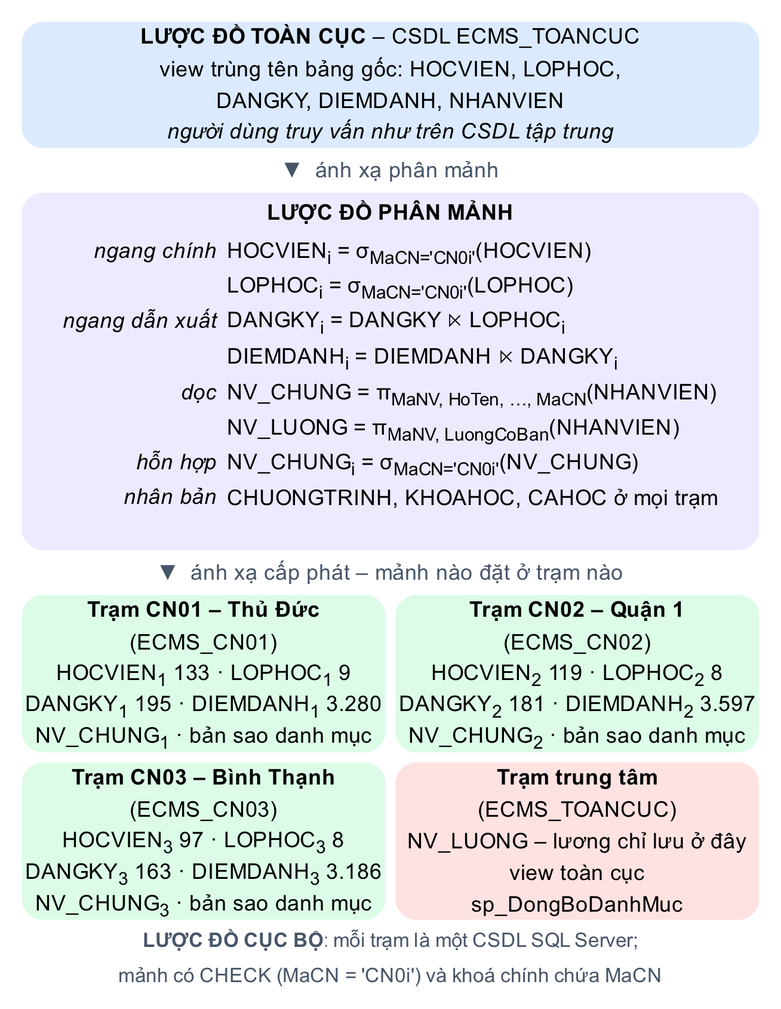
nhutruong-uit/ecms keeps this Graphviz diagram as report/images/ch5/phan-manh.png. Above is the earlier version. Its source is kept beside it as report/images/ch5/phan-manh.dot. Source of this version:
```dot
digraph PhanManh {
  bgcolor="white"; pad=0.1;
  node [shape=plain, fontname="Arial", fontsize=13];
  H [label=<
<TABLE BORDER="0" CELLBORDER="0" CELLSPACING="6" CELLPADDING="0">
<TR><TD COLSPAN="2"><TABLE BORDER="0" CELLBORDER="0" CELLSPACING="0" BGCOLOR="#dbeafe" STYLE="rounded" CELLPADDING="6"><TR><TD ALIGN="CENTER" CELLPADDING="2"><B>LƯỢC ĐỒ TOÀN CỤC</B> – CSDL ECMS_TOANCUC</TD></TR><TR><TD ALIGN="CENTER" CELLPADDING="2">view trùng tên bảng gốc: HOCVIEN, LOPHOC,</TD></TR><TR><TD ALIGN="CENTER" CELLPADDING="2">DANGKY, DIEMDANH, NHANVIEN</TD></TR><TR><TD ALIGN="CENTER" CELLPADDING="2"><I>người dùng truy vấn như trên CSDL tập trung</I></TD></TR></TABLE></TD></TR>
<TR><TD COLSPAN="2"><FONT COLOR="#475569">▼  ánh xạ phân mảnh</FONT></TD></TR>
<TR><TD COLSPAN="2"><TABLE BORDER="0" CELLBORDER="0" CELLSPACING="0" CELLPADDING="3" BGCOLOR="#ede9fe" STYLE="rounded"><TR><TD COLSPAN="2" CELLPADDING="5"><B>LƯỢC ĐỒ PHÂN MẢNH</B></TD></TR><TR><TD ALIGN="RIGHT"><I>ngang chính</I></TD><TD ALIGN="LEFT">HOCVIEN<SUB>i</SUB> = σ<SUB>MaCN='CN0i'</SUB>(HOCVIEN)</TD></TR><TR><TD> </TD><TD ALIGN="LEFT">LOPHOC<SUB>i</SUB> = σ<SUB>MaCN='CN0i'</SUB>(LOPHOC)</TD></TR><TR><TD ALIGN="RIGHT"><I>ngang dẫn xuất</I></TD><TD ALIGN="LEFT">DANGKY<SUB>i</SUB> = DANGKY ⋉ LOPHOC<SUB>i</SUB></TD></TR><TR><TD> </TD><TD ALIGN="LEFT">DIEMDANH<SUB>i</SUB> = DIEMDANH ⋉ DANGKY<SUB>i</SUB></TD></TR><TR><TD ALIGN="RIGHT"><I>dọc</I></TD><TD ALIGN="LEFT">NV_CHUNG = π<SUB>MaNV, HoTen, …, MaCN</SUB>(NHANVIEN)</TD></TR><TR><TD> </TD><TD ALIGN="LEFT">NV_LUONG = π<SUB>MaNV, LuongCoBan</SUB>(NHANVIEN)</TD></TR><TR><TD ALIGN="RIGHT"><I>hỗn hợp</I></TD><TD ALIGN="LEFT">NV_CHUNG<SUB>i</SUB> = σ<SUB>MaCN='CN0i'</SUB>(NV_CHUNG)</TD></TR><TR><TD ALIGN="RIGHT"><I>nhân bản</I></TD><TD ALIGN="LEFT">CHUONGTRINH, KHOAHOC, CAHOC ở mọi trạm</TD></TR><TR><TD COLSPAN="2"> </TD></TR></TABLE></TD></TR>
<TR><TD COLSPAN="2"><FONT COLOR="#475569">▼  ánh xạ cấp phát – mảnh nào đặt ở trạm nào</FONT></TD></TR>
<TR><TD><TABLE BORDER="0" CELLBORDER="0" CELLSPACING="0" BGCOLOR="#dcfce7" STYLE="rounded" CELLPADDING="6"><TR><TD ALIGN="CENTER" CELLPADDING="2"><B>Trạm CN01 – Thủ Đức</B></TD></TR><TR><TD ALIGN="CENTER" CELLPADDING="2">(ECMS_CN01)</TD></TR><TR><TD ALIGN="CENTER" CELLPADDING="2">HOCVIEN<SUB>1</SUB> 133 · LOPHOC<SUB>1</SUB> 9</TD></TR><TR><TD ALIGN="CENTER" CELLPADDING="2">DANGKY<SUB>1</SUB> 195 · DIEMDANH<SUB>1</SUB> 3.280</TD></TR><TR><TD ALIGN="CENTER" CELLPADDING="2">NV_CHUNG<SUB>1</SUB> · bản sao danh mục</TD></TR></TABLE></TD><TD><TABLE BORDER="0" CELLBORDER="0" CELLSPACING="0" BGCOLOR="#dcfce7" STYLE="rounded" CELLPADDING="6"><TR><TD ALIGN="CENTER" CELLPADDING="2"><B>Trạm CN02 – Quận 1</B></TD></TR><TR><TD ALIGN="CENTER" CELLPADDING="2">(ECMS_CN02)</TD></TR><TR><TD ALIGN="CENTER" CELLPADDING="2">HOCVIEN<SUB>2</SUB> 119 · LOPHOC<SUB>2</SUB> 8</TD></TR><TR><TD ALIGN="CENTER" CELLPADDING="2">DANGKY<SUB>2</SUB> 181 · DIEMDANH<SUB>2</SUB> 3.597</TD></TR><TR><TD ALIGN="CENTER" CELLPADDING="2">NV_CHUNG<SUB>2</SUB> · bản sao danh mục</TD></TR></TABLE></TD></TR>
<TR><TD><TABLE BORDER="0" CELLBORDER="0" CELLSPACING="0" BGCOLOR="#dcfce7" STYLE="rounded" CELLPADDING="6"><TR><TD ALIGN="CENTER" CELLPADDING="2"><B>Trạm CN03 – Bình Thạnh</B></TD></TR><TR><TD ALIGN="CENTER" CELLPADDING="2">(ECMS_CN03)</TD></TR><TR><TD ALIGN="CENTER" CELLPADDING="2">HOCVIEN<SUB>3</SUB> 97 · LOPHOC<SUB>3</SUB> 8</TD></TR><TR><TD ALIGN="CENTER" CELLPADDING="2">DANGKY<SUB>3</SUB> 163 · DIEMDANH<SUB>3</SUB> 3.186</TD></TR><TR><TD ALIGN="CENTER" CELLPADDING="2">NV_CHUNG<SUB>3</SUB> · bản sao danh mục</TD></TR></TABLE></TD><TD><TABLE BORDER="0" CELLBORDER="0" CELLSPACING="0" BGCOLOR="#fee2e2" STYLE="rounded" CELLPADDING="6"><TR><TD ALIGN="CENTER" CELLPADDING="2"><B>Trạm trung tâm</B></TD></TR><TR><TD ALIGN="CENTER" CELLPADDING="2">(ECMS_TOANCUC)</TD></TR><TR><TD ALIGN="CENTER" CELLPADDING="2">NV_LUONG – lương chỉ lưu ở đây</TD></TR><TR><TD ALIGN="CENTER" CELLPADDING="2">view toàn cục</TD></TR><TR><TD ALIGN="CENTER" CELLPADDING="2">sp_DongBoDanhMuc</TD></TR></TABLE></TD></TR>
<TR><TD COLSPAN="2"><FONT POINT-SIZE="12" COLOR="#475569"><B>LƯỢC ĐỒ CỤC BỘ</B>: mỗi trạm là một CSDL SQL Server;</FONT></TD></TR>
<TR><TD COLSPAN="2"><FONT POINT-SIZE="12" COLOR="#475569">mảnh có CHECK (MaCN = 'CN0i') và khoá chính chứa MaCN</FONT></TD></TR>
</TABLE>>];
}
```
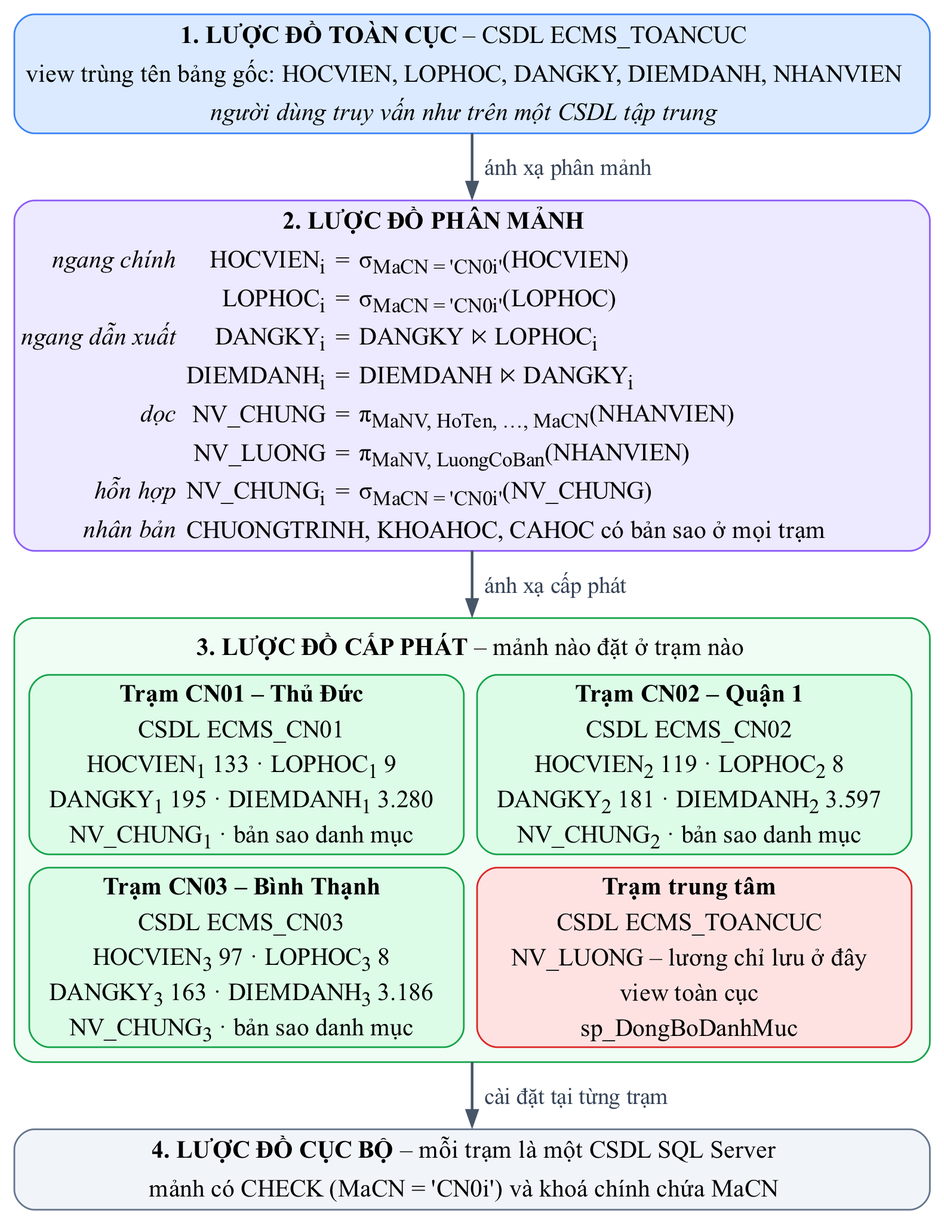
After the commit.

The edit, as a diff of the source:
```diff
@@ -1,15 +1,64 @@
 digraph PhanManh {
-  bgcolor="white"; pad=0.1;
-  node [shape=plain, fontname="Arial", fontsize=13];
-  H [label=<
-<TABLE BORDER="0" CELLBORDER="0" CELLSPACING="6" CELLPADDING="0">
-<TR><TD COLSPAN="2"><TABLE BORDER="0" CELLBORDER="0" CELLSPACING="0" BGCOLOR="#dbeafe" STYLE="rounded" CELLPADDING="6"><TR><TD ALIGN="CENTER" CELLPADDING="2"><B>LƯỢC ĐỒ TOÀN CỤC</B> – CSDL ECMS_TOANCUC</TD></TR><TR><TD ALIGN="CENTER" CELLPADDING="2">view trùng tên bảng gốc: HOCVIEN, LOPHOC,</TD></TR><TR><TD ALIGN="CENTER" CELLPADDING="2">DANGKY, DIEMDANH, NHANVIEN</TD></TR><TR><TD ALIGN="CENTER" CELLPADDING="2"><I>người dùng truy vấn như trên CSDL tập trung</I></TD></TR></TABLE></TD></TR>
-<TR><TD COLSPAN="2"><FONT COLOR="#475569">▼  ánh xạ phân mảnh</FONT></TD></TR>
-<TR><TD COLSPAN="2"><TABLE BORDER="0" CELLBORDER="0" CELLSPACING="0" CELLPADDING="3" BGCOLOR="#ede9fe" STYLE="rounded"><TR><TD COLSPAN="2" CELLPADDING="5"><B>LƯỢC ĐỒ PHÂN MẢNH</B></TD></TR><TR><TD ALIGN="RIGHT"><I>ngang chính</I></TD><TD ALIGN="LEFT">HOCVIEN<SUB>i</SUB> = σ<SUB>MaCN='CN0i'</SUB>(HOCVIEN)</TD></TR><TR><TD> </TD><TD ALIGN="LEFT">LOPHOC<SUB>i</SUB> = σ<SUB>MaCN='CN0i'</SUB>(LOPHOC)</TD></TR><TR><TD ALIGN="RIGHT"><I>ngang dẫn xuất</I></TD><TD ALIGN="LEFT">DANGKY<SUB>i</SUB> = DANGKY ⋉ LOPHOC<SUB>i</SUB></TD></TR><TR><TD> </TD><TD ALIGN="LEFT">DIEMDANH<SUB>i</SUB> = DIEMDANH ⋉ DANGKY<SUB>i</SUB></TD></TR><TR><TD ALIGN="RIGHT"><I>dọc</I></TD><TD ALIGN="LEFT">NV_CHUNG = π<SUB>MaNV, HoTen, …, MaCN</SUB>(NHANVIEN)</TD></TR><TR><TD> </TD><TD ALIGN="LEFT">NV_LUONG = π<SUB>MaNV, LuongCoBan</SUB>(NHANVIEN)</TD></TR><TR><TD ALIGN="RIGHT"><I>hỗn hợp</I></TD><TD ALIGN="LEFT">NV_CHUNG<SUB>i</SUB> = σ<SUB>MaCN='CN0i'</SUB>(NV_CHUNG)</TD></TR><TR><TD ALIGN="RIGHT"><I>nhân bản</I></TD><TD ALIGN="LEFT">CHUONGTRINH, KHOAHOC, CAHOC ở mọi trạm</TD></TR><TR><TD COLSPAN="2"> </TD></TR></TABLE></TD></TR>
-<TR><TD COLSPAN="2"><FONT COLOR="#475569">▼  ánh xạ cấp phát – mảnh nào đặt ở trạm nào</FONT></TD></TR>
-<TR><TD><TABLE BORDER="0" CELLBORDER="0" CELLSPACING="0" BGCOLOR="#dcfce7" STYLE="rounded" CELLPADDING="6"><TR><TD ALIGN="CENTER" CELLPADDING="2"><B>Trạm CN01 – Thủ Đức</B></TD></TR><TR><TD ALIGN="CENTER" CELLPADDING="2">(ECMS_CN01)</TD></TR><TR><TD ALIGN="CENTER" CELLPADDING="2">HOCVIEN<SUB>1</SUB> 133 · LOPHOC<SUB>1</SUB> 9</TD></TR><TR><TD ALIGN="CENTER" CELLPADDING="2">DANGKY<SUB>1</SUB> 195 · DIEMDANH<SUB>1</SUB> 3.280</TD></TR><TR><TD ALIGN="CENTER" CELLPADDING="2">NV_CHUNG<SUB>1</SUB> · bản sao danh mục</TD></TR></TABLE></TD><TD><TABLE BORDER="0" CELLBORDER="0" CELLSPACING="0" BGCOLOR="#dcfce7" STYLE="rounded" CELLPADDING="6"><TR><TD ALIGN="CENTER" CELLPADDING="2"><B>Trạm CN02 – Quận 1</B></TD></TR><TR><TD ALIGN="CENTER" CELLPADDING="2">(ECMS_CN02)</TD></TR><TR><TD ALIGN="CENTER" CELLPADDING="2">HOCVIEN<SUB>2</SUB> 119 · LOPHOC<SUB>2</SUB> 8</TD></TR><TR><TD ALIGN="CENTER" CELLPADDING="2">DANGKY<SUB>2</SUB> 181 · DIEMDANH<SUB>2</SUB> 3.597</TD></TR><TR><TD ALIGN="CENTER" CELLPADDING="2">NV_CHUNG<SUB>2</SUB> · bản sao danh mục</TD></TR></TABLE></TD></TR>
-<TR><TD><TABLE BORDER="0" CELLBORDER="0" CELLSPACING="0" BGCOLOR="#dcfce7" STYLE="rounded" CELLPADDING="6"><TR><TD ALIGN="CENTER" CELLPADDING="2"><B>Trạm CN03 – Bình Thạnh</B></TD></TR><TR><TD ALIGN="CENTER" CELLPADDING="2">(ECMS_CN03)</TD></TR><TR><TD ALIGN="CENTER" CELLPADDING="2">HOCVIEN<SUB>3</SUB> 97 · LOPHOC<SUB>3</SUB> 8</TD></TR><TR><TD ALIGN="CENTER" CELLPADDING="2">DANGKY<SUB>3</SUB> 163 · DIEMDANH<SUB>3</SUB> 3.186</TD></TR><TR><TD ALIGN="CENTER" CELLPADDING="2">NV_CHUNG<SUB>3</SUB> · bản sao danh mục</TD></TR></TABLE></TD><TD><TABLE BORDER="0" CELLBORDER="0" CELLSPACING="0" BGCOLOR="#fee2e2" STYLE="rounded" CELLPADDING="6"><TR><TD ALIGN="CENTER" CELLPADDING="2"><B>Trạm trung tâm</B></TD></TR><TR><TD ALIGN="CENTER" CELLPADDING="2">(ECMS_TOANCUC)</TD></TR><TR><TD ALIGN="CENTER" CELLPADDING="2">NV_LUONG – lương chỉ lưu ở đây</TD></TR><TR><TD ALIGN="CENTER" CELLPADDING="2">view toàn cục</TD></TR><TR><TD ALIGN="CENTER" CELLPADDING="2">sp_DongBoDanhMuc</TD></TR></TABLE></TD></TR>
-<TR><TD COLSPAN="2"><FONT POINT-SIZE="12" COLOR="#475569"><B>LƯỢC ĐỒ CỤC BỘ</B>: mỗi trạm là một CSDL SQL Server;</FONT></TD></TR>
-<TR><TD COLSPAN="2"><FONT POINT-SIZE="12" COLOR="#475569">mảnh có CHECK (MaCN = 'CN0i') và khoá chính chứa MaCN</FONT></TD></TR>
+  graph [rankdir=TB, splines=line, nodesep=0.2, ranksep=0.34, pad=0.12, bgcolor="white"];
+  node  [shape=plain, fontname="Times New Roman,", fontsize=15];
+  edge  [fontname="Times New Roman,", fontsize=14, fontcolor="#334155", color="#475569", penwidth=1.6, arrowsize=0.9];
+
+  toancuc [label=<
+<TABLE BORDER="1" COLOR="#3b82f6" STYLE="rounded" BGCOLOR="#dbeafe" CELLBORDER="0" CELLSPACING="0" CELLPADDING="3" WIDTH="552">
+  <TR><TD ALIGN="CENTER"><B>1. LƯỢC ĐỒ TOÀN CỤC</B> – CSDL ECMS_TOANCUC</TD></TR>
+  <TR><TD ALIGN="CENTER" WIDTH="540">view trùng tên bảng gốc: HOCVIEN, LOPHOC, DANGKY, DIEMDANH, NHANVIEN</TD></TR>
+  <TR><TD ALIGN="CENTER"><I>người dùng truy vấn như trên một CSDL tập trung</I></TD></TR>
 </TABLE>>];
+
+  phanmanh [label=<
+<TABLE BORDER="1" COLOR="#8b5cf6" STYLE="rounded" BGCOLOR="#ede9fe" CELLBORDER="0" CELLSPACING="0" CELLPADDING="3" WIDTH="552">
+  <TR><TD COLSPAN="4" ALIGN="CENTER"><B>2. LƯỢC ĐỒ PHÂN MẢNH</B></TD></TR>
+  <TR><TD ALIGN="RIGHT"><I>ngang chính</I></TD><TD ALIGN="RIGHT">HOCVIEN<SUB>i</SUB></TD><TD>=</TD><TD ALIGN="LEFT" WIDTH="300">σ<SUB>MaCN = 'CN0i'</SUB>(HOCVIEN)</TD></TR>
+  <TR><TD></TD><TD ALIGN="RIGHT">LOPHOC<SUB>i</SUB></TD><TD>=</TD><TD ALIGN="LEFT">σ<SUB>MaCN = 'CN0i'</SUB>(LOPHOC)</TD></TR>
+  <TR><TD ALIGN="RIGHT"><I>ngang dẫn xuất</I></TD><TD ALIGN="RIGHT">DANGKY<SUB>i</SUB></TD><TD>=</TD><TD ALIGN="LEFT">DANGKY ⋉ LOPHOC<SUB>i</SUB></TD></TR>
+  <TR><TD></TD><TD ALIGN="RIGHT">DIEMDANH<SUB>i</SUB></TD><TD>=</TD><TD ALIGN="LEFT">DIEMDANH ⋉ DANGKY<SUB>i</SUB></TD></TR>
+  <TR><TD ALIGN="RIGHT"><I>dọc</I></TD><TD ALIGN="RIGHT">NV_CHUNG</TD><TD>=</TD><TD ALIGN="LEFT">π<SUB>MaNV, HoTen, …, MaCN</SUB>(NHANVIEN)</TD></TR>
+  <TR><TD></TD><TD ALIGN="RIGHT">NV_LUONG</TD><TD>=</TD><TD ALIGN="LEFT">π<SUB>MaNV, LuongCoBan</SUB>(NHANVIEN)</TD></TR>
+  <TR><TD ALIGN="RIGHT"><I>hỗn hợp</I></TD><TD ALIGN="RIGHT">NV_CHUNG<SUB>i</SUB></TD><TD>=</TD><TD ALIGN="LEFT">σ<SUB>MaCN = 'CN0i'</SUB>(NV_CHUNG)</TD></TR>
+  <TR><TD ALIGN="RIGHT"><I>nhân bản</I></TD><TD COLSPAN="3" ALIGN="LEFT">CHUONGTRINH, KHOAHOC, CAHOC có bản sao ở mọi trạm</TD></TR>
+</TABLE>>];
+
+  capphat [label=<
+<TABLE BORDER="1" COLOR="#16a34a" STYLE="rounded" BGCOLOR="#f0fdf4" CELLBORDER="0" CELLSPACING="8" CELLPADDING="0" WIDTH="552">
+  <TR><TD COLSPAN="2" ALIGN="CENTER" WIDTH="520"><B>3. LƯỢC ĐỒ CẤP PHÁT</B> – mảnh nào đặt ở trạm nào</TD></TR>
+  <TR>
+    <TD><TABLE BORDER="1" COLOR="#16a34a" STYLE="rounded" BGCOLOR="#dcfce7" CELLBORDER="0" CELLSPACING="0" CELLPADDING="2" WIDTH="262">
+      <TR><TD WIDTH="254"><B>Trạm CN01 – Thủ Đức</B></TD></TR><TR><TD WIDTH="254">CSDL ECMS_CN01</TD></TR>
+      <TR><TD WIDTH="254">HOCVIEN<SUB>1</SUB> 133 · LOPHOC<SUB>1</SUB> 9</TD></TR>
+      <TR><TD WIDTH="254">DANGKY<SUB>1</SUB> 195 · DIEMDANH<SUB>1</SUB> 3.280</TD></TR>
+      <TR><TD WIDTH="254">NV_CHUNG<SUB>1</SUB> · bản sao danh mục</TD></TR></TABLE></TD>
+    <TD><TABLE BORDER="1" COLOR="#16a34a" STYLE="rounded" BGCOLOR="#dcfce7" CELLBORDER="0" CELLSPACING="0" CELLPADDING="2" WIDTH="262">
+      <TR><TD WIDTH="254"><B>Trạm CN02 – Quận 1</B></TD></TR><TR><TD WIDTH="254">CSDL ECMS_CN02</TD></TR>
+      <TR><TD WIDTH="254">HOCVIEN<SUB>2</SUB> 119 · LOPHOC<SUB>2</SUB> 8</TD></TR>
+      <TR><TD WIDTH="254">DANGKY<SUB>2</SUB> 181 · DIEMDANH<SUB>2</SUB> 3.597</TD></TR>
+      <TR><TD WIDTH="254">NV_CHUNG<SUB>2</SUB> · bản sao danh mục</TD></TR></TABLE></TD>
+  </TR>
+  <TR>
+    <TD><TABLE BORDER="1" COLOR="#16a34a" STYLE="rounded" BGCOLOR="#dcfce7" CELLBORDER="0" CELLSPACING="0" CELLPADDING="2" WIDTH="262">
+      <TR><TD WIDTH="254"><B>Trạm CN03 – Bình Thạnh</B></TD></TR><TR><TD WIDTH="254">CSDL ECMS_CN03</TD></TR>
+      <TR><TD WIDTH="254">HOCVIEN<SUB>3</SUB> 97 · LOPHOC<SUB>3</SUB> 8</TD></TR>
+      <TR><TD WIDTH="254">DANGKY<SUB>3</SUB> 163 · DIEMDANH<SUB>3</SUB> 3.186</TD></TR>
+      <TR><TD WIDTH="254">NV_CHUNG<SUB>3</SUB> · bản sao danh mục</TD></TR></TABLE></TD>
+    <TD><TABLE BORDER="1" COLOR="#dc2626" STYLE="rounded" BGCOLOR="#fee2e2" CELLBORDER="0" CELLSPACING="0" CELLPADDING="2" WIDTH="262">
+      <TR><TD WIDTH="254"><B>Trạm trung tâm</B></TD></TR><TR><TD WIDTH="254">CSDL ECMS_TOANCUC</TD></TR>
+      <TR><TD WIDTH="254">NV_LUONG – lương chỉ lưu ở đây</TD></TR>
+      <TR><TD WIDTH="254">view toàn cục</TD></TR>
+      <TR><TD WIDTH="254">sp_DongBoDanhMuc</TD></TR></TABLE></TD>
+  </TR>
+</TABLE>>];
+
+  cucbo [label=<
+<TABLE BORDER="1" COLOR="#64748b" STYLE="rounded" BGCOLOR="#f1f5f9" CELLBORDER="0" CELLSPACING="0" CELLPADDING="3" WIDTH="552">
+  <TR><TD ALIGN="CENTER" WIDTH="540"><B>4. LƯỢC ĐỒ CỤC BỘ</B> – mỗi trạm là một CSDL SQL Server</TD></TR>
+  <TR><TD ALIGN="CENTER" WIDTH="540">mảnh có CHECK (MaCN = 'CN0i') và khoá chính chứa MaCN</TD></TR>
+</TABLE>>];
+
+  toancuc  -> phanmanh [label="  ánh xạ phân mảnh"];
+  phanmanh -> capphat  [label="  ánh xạ cấp phát"];
+  capphat  -> cucbo    [label="  cài đặt tại từng trạm"];
 }
```
